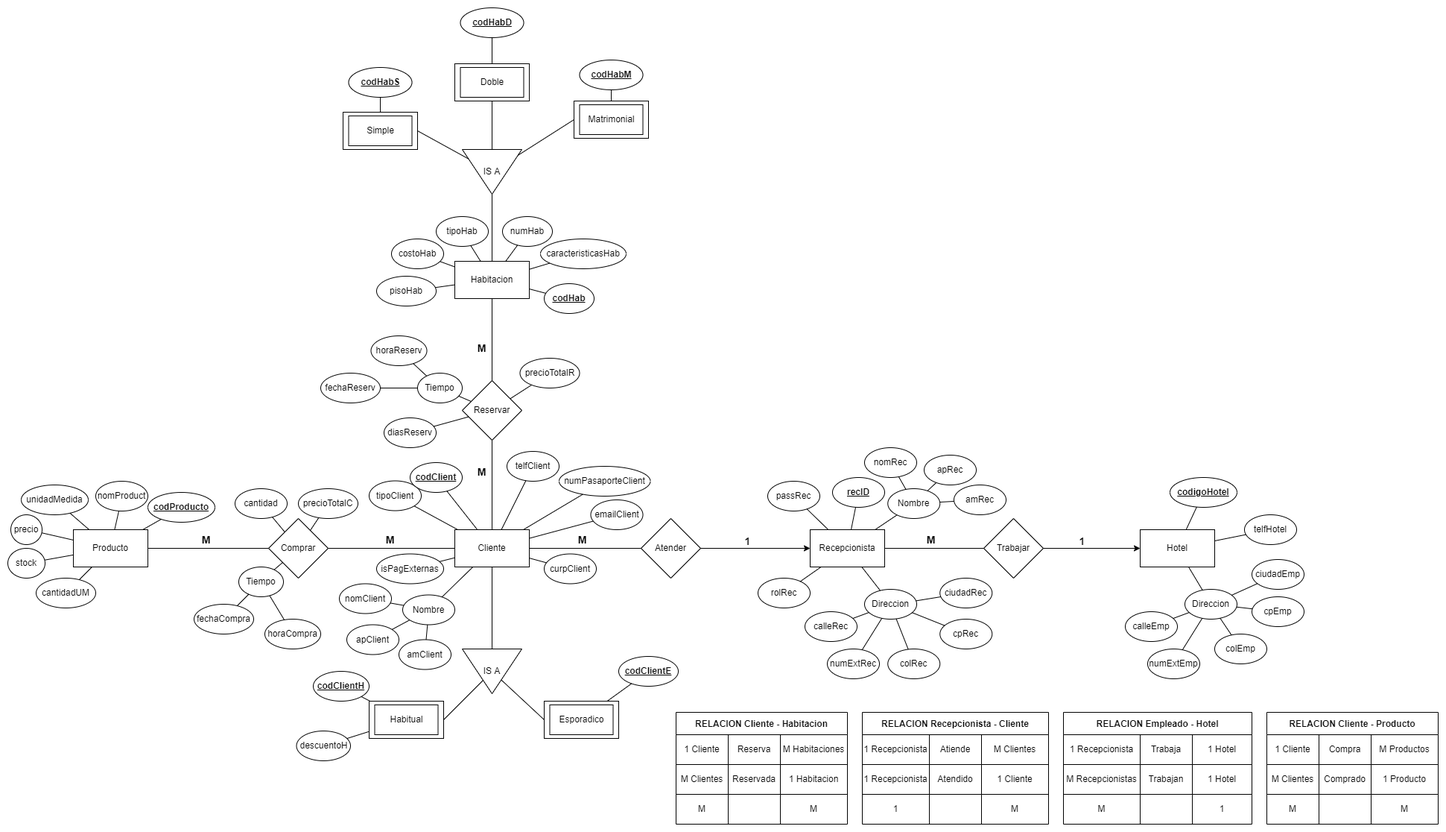
AngelDavidLA03/Reserva-Hotel keeps this draw.io diagram as diagrams/db_Hotel.png. Above is the earlier version. Source tidied: cells renumbered, new cells last; positions are measured from the earlier drawing's top-left corner, leaving out a move shared by most shapes.
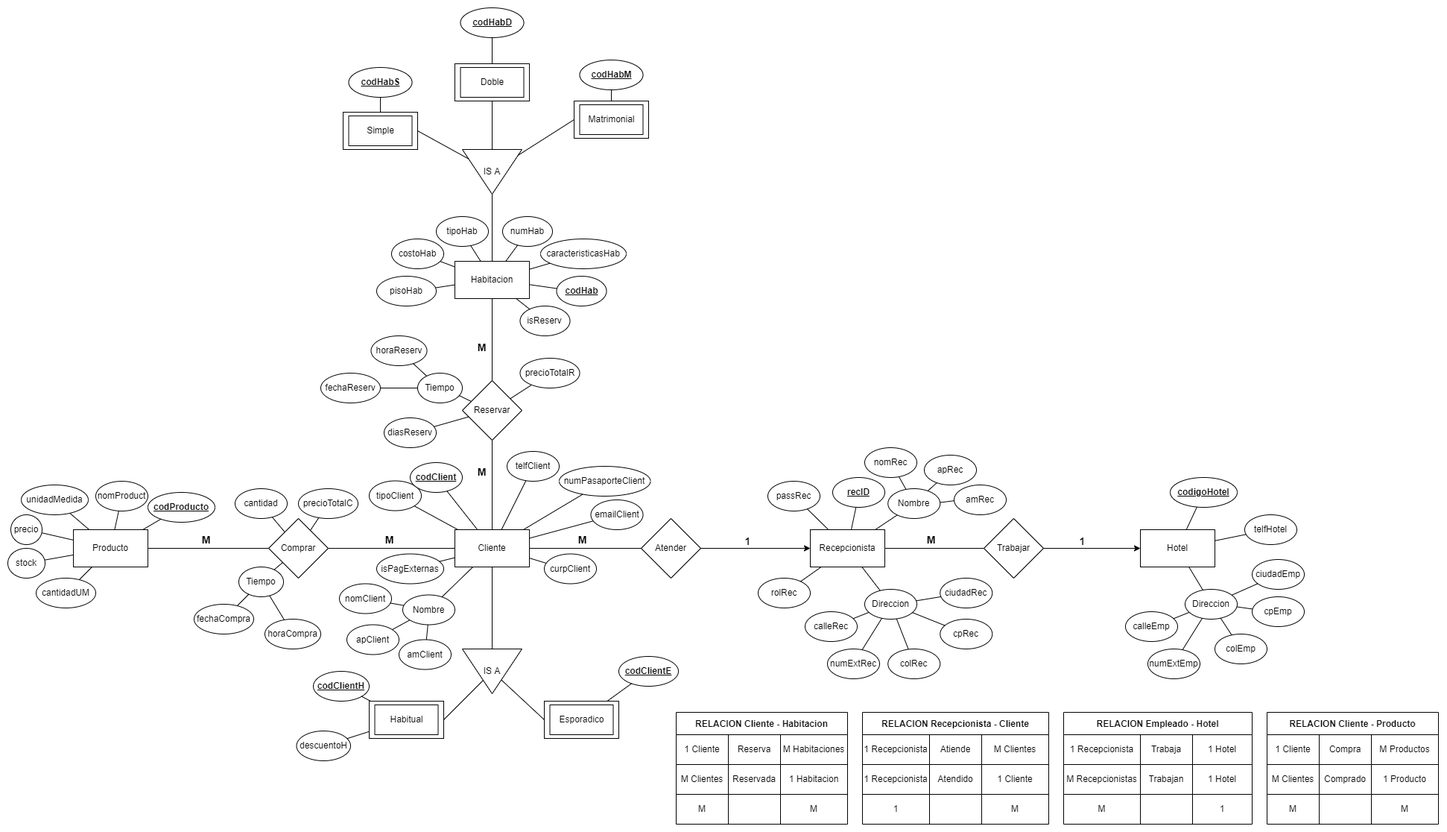
The same diagram one commit later.

The edit, as a diff of the source:
```diff
@@ -3,7 +3,7 @@
     <mxCell id="0" />
     <mxCell id="1" parent="0" />
     <mxCell id="2" value="&lt;span&gt;&lt;span&gt;&lt;b&gt;&lt;u&gt;codHab&lt;/u&gt;&lt;/b&gt;&lt;/span&gt;&lt;/span&gt;" style="ellipse;whiteSpace=wrap;html=1;fontStyle=0;" parent="1" vertex="1">
-      <mxGeometry x="720" y="370" width="67" height="40" as="geometry" />
+      <mxGeometry x="736.5" y="360" width="67" height="40" as="geometry" />
     </mxCell>
     <mxCell id="3" value="Habitacion" style="whiteSpace=wrap;html=1;" parent="1" vertex="1">
       <mxGeometry x="600" y="340" width="100" height="50" as="geometry" />
@@ -687,5 +687,11 @@
     <mxCell id="224" style="endArrow=none;html=1;rounded=0;" parent="1" edge="1" source="221" target="181">
       <mxGeometry relative="1" as="geometry" />
     </mxCell>
+    <mxCell id="225" value="&lt;span&gt;&lt;span&gt;&lt;span&gt;&lt;span&gt;isReserv&lt;/span&gt;&lt;/span&gt;&lt;/span&gt;&lt;/span&gt;" style="ellipse;whiteSpace=wrap;html=1;fontStyle=0;" parent="1" vertex="1">
+      <mxGeometry x="687.5" y="400" width="67" height="40" as="geometry" />
+    </mxCell>
+    <mxCell id="226" style="endArrow=none;html=1;rounded=0;" parent="1" edge="1" source="225" target="3">
+      <mxGeometry relative="1" as="geometry" />
+    </mxCell>
   </root>
 </mxGraphModel>
```
